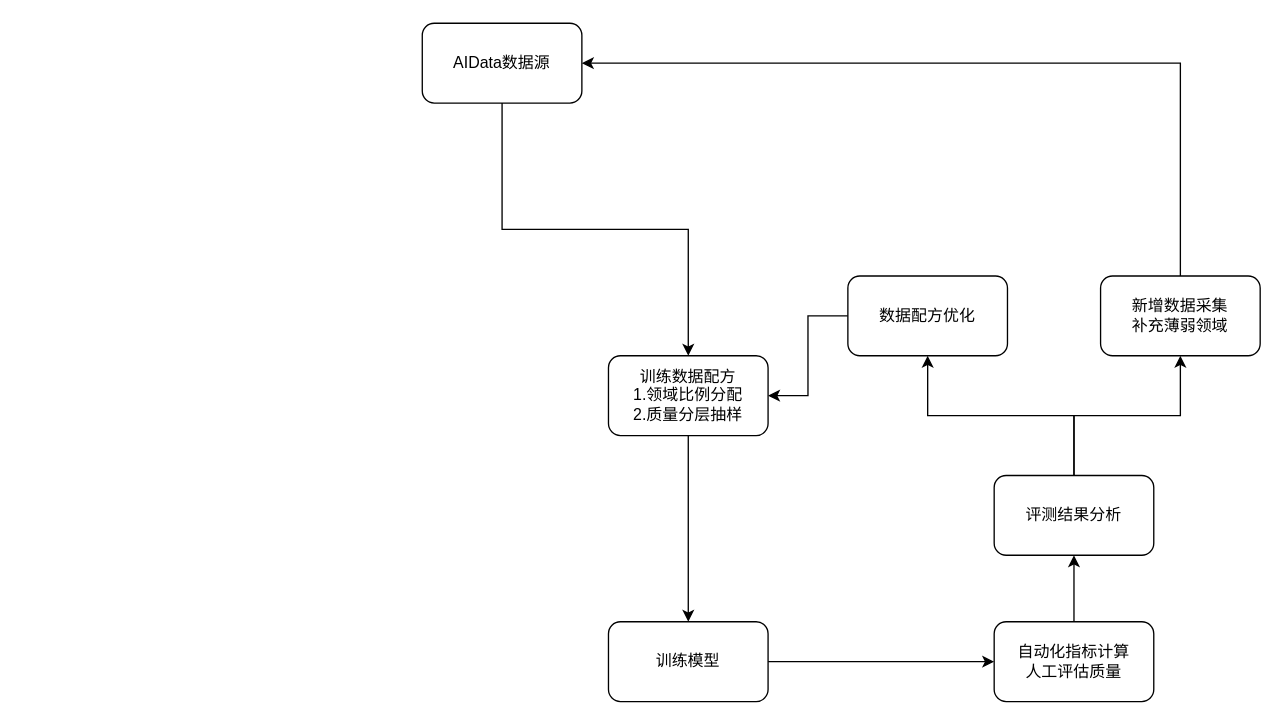
Above: 未命名绘图.drawio in jiashenggu/note (draw.io), before the change. Source tidied: cells renumbered, new cells numbered last; positions are measured from the earlier drawing's top-left corner, leaving out a move shared by most shapes. Both pictures are drawn from the tidied source at 133%, with x=0, y=0 at pixel (422, 23).
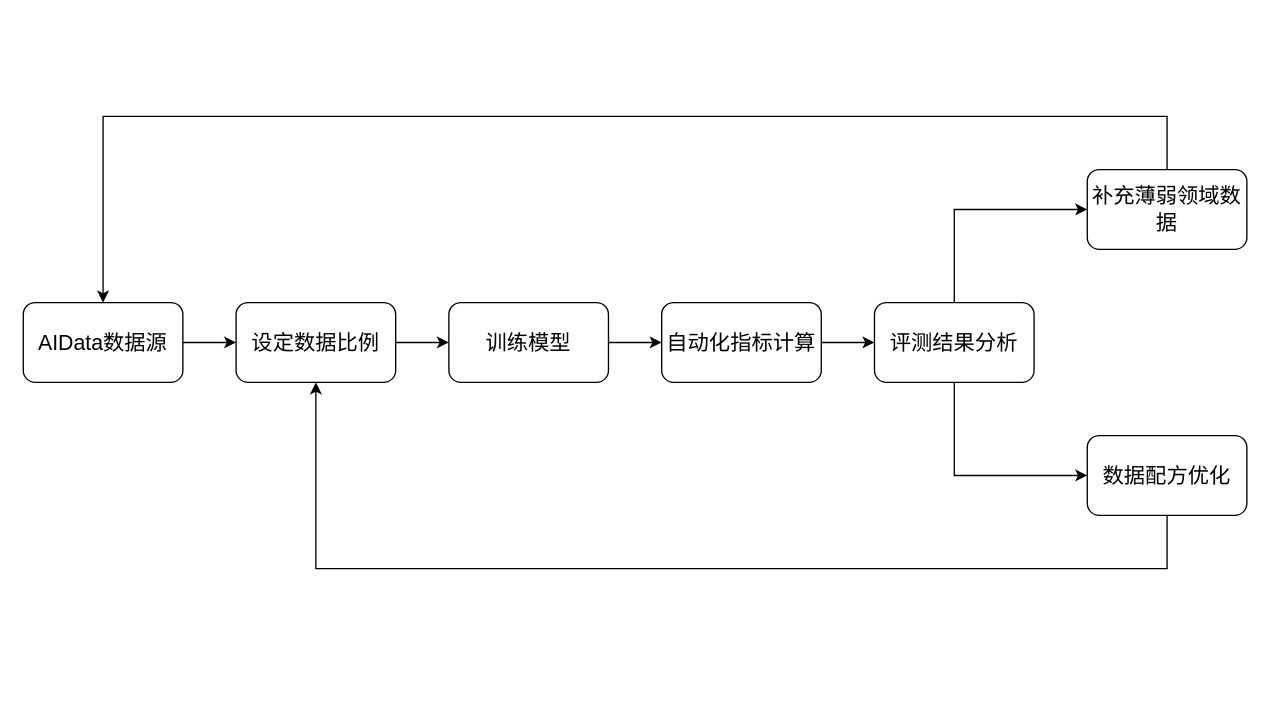
Above is the later version.

Commit message (it also covers changes not shown here):
更新未命名绘图.drawio

What changed in the source:
```diff
@@
-    <mxCell id="2" style="edgeStyle=orthogonalEdgeStyle;rounded=0;jettySize=auto;html=1;exitX=0.5;exitY=1;exitDx=0;exitDy=0;entryX=0.5;entryY=0;entryDx=0;entryDy=0;" parent="1" edge="1" source="3" target="5">
+    <mxCell id="2" style="edgeStyle=orthogonalEdgeStyle;rounded=0;jettySize=auto;html=1;exitX=1;exitY=0.5;exitDx=0;exitDy=0;entryX=0;entryY=0.5;entryDx=0;entryDy=0;" parent="1" edge="1" source="3" target="5">
       <mxGeometry relative="1" as="geometry" />
     </mxCell>
-    <mxCell id="3" value="AIData数据源" style="rounded=1;whiteSpace=wrap;html=1;" parent="1" vertex="1">
-      <mxGeometry width="120" height="60" as="geometry" />
+    <mxCell id="3" value="&lt;font style=&quot;font-size: 16px;&quot;&gt;AIData数据源&lt;/font&gt;" style="rounded=1;whiteSpace=wrap;html=1;" parent="1" vertex="1">
+      <mxGeometry x="-300" y="210" width="120" height="60" as="geometry" />
     </mxCell>
-    <mxCell id="4" style="edgeStyle=orthogonalEdgeStyle;rounded=0;jettySize=auto;html=1;entryX=0.5;entryY=0;entryDx=0;entryDy=0;" parent="1" edge="1" source="5" target="7">
+    <mxCell id="4" style="edgeStyle=orthogonalEdgeStyle;rounded=0;jettySize=auto;html=1;exitX=1;exitY=0.5;exitDx=0;exitDy=0;entryX=0;entryY=0.5;entryDx=0;entryDy=0;" parent="1" edge="1" source="5" target="7">
       <mxGeometry relative="1" as="geometry" />
     </mxCell>
-    <mxCell id="5" value="训练数据配方&lt;div&gt;1.领域比例分配&lt;/div&gt;&lt;div&gt;2.质量分层抽样&lt;/div&gt;" style="rounded=1;whiteSpace=wrap;html=1;" parent="1" vertex="1">
-      <mxGeometry x="140" y="250" width="120" height="60" as="geometry" />
+    <mxCell id="5" value="&lt;font style=&quot;font-size: 16px;&quot;&gt;设定数据比例&lt;/font&gt;" style="rounded=1;whiteSpace=wrap;html=1;" parent="1" vertex="1">
+      <mxGeometry x="-140" y="210" width="120" height="60" as="geometry" />
     </mxCell>
-    <mxCell id="6" style="edgeStyle=orthogonalEdgeStyle;rounded=0;jettySize=auto;html=1;entryX=0;entryY=0.5;entryDx=0;entryDy=0;" parent="1" edge="1" source="7" target="9">
+    <mxCell id="6" style="edgeStyle=orthogonalEdgeStyle;rounded=0;jettySize=auto;html=1;exitX=1;exitY=0.5;exitDx=0;exitDy=0;entryX=0;entryY=0.5;entryDx=0;entryDy=0;" parent="1" edge="1" source="7" target="9">
       <mxGeometry relative="1" as="geometry" />
     </mxCell>
-    <mxCell id="7" value="训练模型" style="rounded=1;whiteSpace=wrap;html=1;" parent="1" vertex="1">
-      <mxGeometry x="140" y="450" width="120" height="60" as="geometry" />
+    <mxCell id="7" value="&lt;font style=&quot;font-size: 16px;&quot;&gt;训练模型&lt;/font&gt;" style="rounded=1;whiteSpace=wrap;html=1;" parent="1" vertex="1">
+      <mxGeometry x="20" y="210" width="120" height="60" as="geometry" />
     </mxCell>
-    <mxCell id="8" style="edgeStyle=orthogonalEdgeStyle;rounded=0;jettySize=auto;html=1;entryX=0.5;entryY=1;entryDx=0;entryDy=0;" parent="1" edge="1" source="9" target="12">
+    <mxCell id="8" style="edgeStyle=orthogonalEdgeStyle;rounded=0;jettySize=auto;html=1;entryX=0;entryY=0.5;entryDx=0;entryDy=0;" parent="1" edge="1" source="9" target="12">
       <mxGeometry relative="1" as="geometry" />
     </mxCell>
-    <mxCell id="9" value="自动化指标计算&lt;br&gt;&lt;div&gt;人工评估质量&lt;/div&gt;" style="rounded=1;whiteSpace=wrap;html=1;" parent="1" vertex="1">
-      <mxGeometry x="430" y="450" width="120" height="60" as="geometry" />
+    <mxCell id="9" value="&lt;font style=&quot;font-size: 16px;&quot;&gt;自动化指标计算&lt;/font&gt;" style="rounded=1;whiteSpace=wrap;html=1;" parent="1" vertex="1">
+      <mxGeometry x="180" y="210" width="120" height="60" as="geometry" />
     </mxCell>
+    <mxCell id="11" style="edgeStyle=orthogonalEdgeStyle;rounded=0;jettySize=auto;html=1;exitX=0.5;exitY=0;exitDx=0;exitDy=0;entryX=0;entryY=0.5;entryDx=0;entryDy=0;" parent="1" edge="1" source="12" target="16">
+      <mxGeometry relative="1" as="geometry" />
+    </mxCell>
-    <mxCell id="10" style="edgeStyle=orthogonalEdgeStyle;rounded=0;jettySize=auto;html=1;entryX=0.5;entryY=1;entryDx=0;entryDy=0;" parent="1" edge="1" source="12" target="14">
-      <mxGeometry relative="1" as="geometry" />
+    <mxCell id="10" style="edgeStyle=orthogonalEdgeStyle;rounded=0;jettySize=auto;html=1;entryX=0;entryY=0.5;entryDx=0;entryDy=0;" parent="1" edge="1" source="12" target="14">
+      <mxGeometry relative="1" as="geometry">
+        <Array as="points">
+          <mxPoint x="400" y="340" />
+        </Array>
+      </mxGeometry>
     </mxCell>
-    <mxCell id="11" style="edgeStyle=orthogonalEdgeStyle;rounded=0;jettySize=auto;html=1;exitX=0.5;exitY=0;exitDx=0;exitDy=0;" parent="1" edge="1" source="12" target="16">
-      <mxGeometry relative="1" as="geometry" />
-    </mxCell>
-    <mxCell id="12" value="评测结果分析" style="rounded=1;whiteSpace=wrap;html=1;" parent="1" vertex="1">
-      <mxGeometry x="430" y="340" width="120" height="60" as="geometry" />
+    <mxCell id="12" value="&lt;font style=&quot;font-size: 16px;&quot;&gt;评测结果分析&lt;/font&gt;" style="rounded=1;whiteSpace=wrap;html=1;" parent="1" vertex="1">
+      <mxGeometry x="340" y="210" width="120" height="60" as="geometry" />
     </mxCell>
-    <mxCell id="13" style="edgeStyle=orthogonalEdgeStyle;rounded=0;jettySize=auto;html=1;entryX=1;entryY=0.5;entryDx=0;entryDy=0;" parent="1" edge="1" source="14" target="5">
-      <mxGeometry relative="1" as="geometry" />
-    </mxCell>
+    <mxCell id="17" style="edgeStyle=orthogonalEdgeStyle;rounded=0;orthogonalLoop=1;jettySize=auto;html=1;" parent="1" edge="1">
+      <mxGeometry relative="1" as="geometry">
+        <mxPoint x="560" y="360" as="sourcePoint" />
+        <mxPoint x="-80" y="270" as="targetPoint" />
+        <Array as="points">
+          <mxPoint x="560" y="410" />
+          <mxPoint x="-80" y="410" />
+        </Array>
+      </mxGeometry>
+    </mxCell>
-    <mxCell id="14" value="数据配方优化" style="rounded=1;whiteSpace=wrap;html=1;" parent="1" vertex="1">
-      <mxGeometry x="320" y="190" width="120" height="60" as="geometry" />
+    <mxCell id="14" value="&lt;font style=&quot;font-size: 16px;&quot;&gt;数据配方优化&lt;/font&gt;" style="rounded=1;whiteSpace=wrap;html=1;" parent="1" vertex="1">
+      <mxGeometry x="500" y="310" width="120" height="60" as="geometry" />
     </mxCell>
-    <mxCell id="15" style="edgeStyle=orthogonalEdgeStyle;rounded=0;jettySize=auto;html=1;entryX=1;entryY=0.5;entryDx=0;entryDy=0;exitX=0.5;exitY=0;exitDx=0;exitDy=0;" parent="1" edge="1" source="16" target="3">
-      <mxGeometry relative="1" as="geometry" />
+    <mxCell id="15" style="edgeStyle=orthogonalEdgeStyle;rounded=0;jettySize=auto;html=1;entryX=0.5;entryY=0;entryDx=0;entryDy=0;exitX=0.5;exitY=0;exitDx=0;exitDy=0;" parent="1" edge="1" source="16" target="3">
+      <mxGeometry relative="1" as="geometry">
+        <Array as="points">
+          <mxPoint x="560" y="70" />
+          <mxPoint x="-240" y="70" />
+        </Array>
+      </mxGeometry>
     </mxCell>
-    <mxCell id="16" value="新增数据采集&lt;div&gt;补充薄弱领域&lt;/div&gt;" style="rounded=1;whiteSpace=wrap;html=1;" parent="1" vertex="1">
-      <mxGeometry x="510" y="190" width="120" height="60" as="geometry" />
+    <mxCell id="16" value="&lt;span style=&quot;background-color: transparent; color: light-dark(rgb(0, 0, 0), rgb(255, 255, 255));&quot;&gt;&lt;font style=&quot;font-size: 16px;&quot;&gt;补充薄弱领域数据&lt;/font&gt;&lt;/span&gt;" style="rounded=1;whiteSpace=wrap;html=1;" parent="1" vertex="1">
+      <mxGeometry x="500" y="110" width="120" height="60" as="geometry" />
     </mxCell>
```
